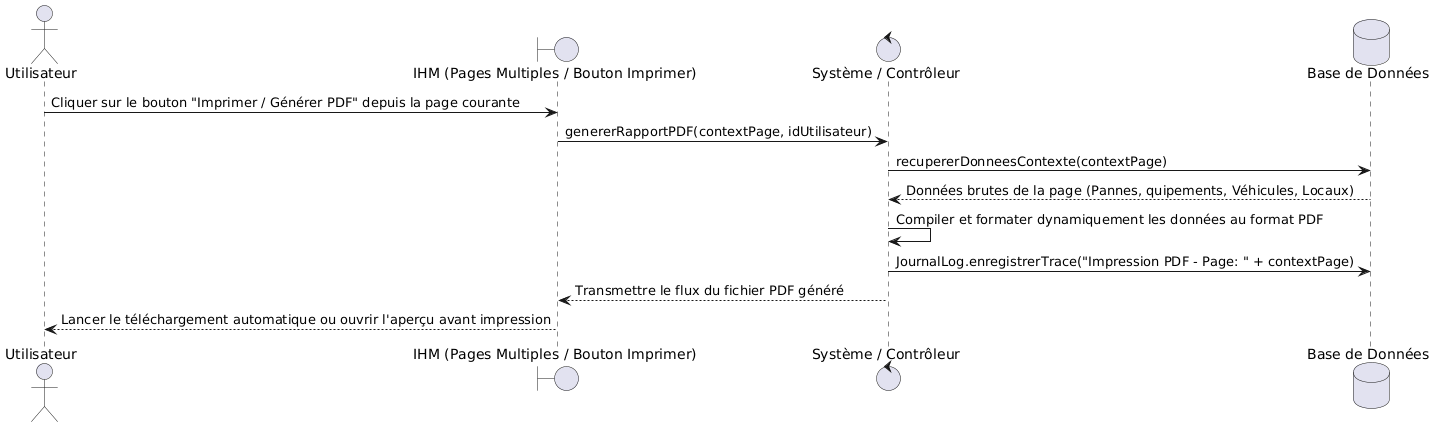
Above: assets/seq_pdf.png in HamdiMohamedAli/STEG-Immobilisation-Project (PlantUML), before the change. Source of this version:
```plantuml
@startuml
actor Utilisateur
boundary "IHM (Pages Multiples / Bouton Imprimer)" as IHM
control "Système / Contrôleur" as Sys
database "Base de Données" as BDD

Utilisateur -> IHM: Cliquer sur le bouton "Imprimer / Générer PDF" depuis la page courante
IHM -> Sys: genererRapportPDF(contextPage, idUtilisateur)

Sys -> BDD: recupererDonneesContexte(contextPage)
BDD --> Sys: Données brutes de la page (Pannes, Équipements, Véhicules, Locaux)

Sys -> Sys: Compiler et formater dynamiquement les données au format PDF
Sys -> BDD: JournalLog.enregistrerTrace("Impression PDF - Page: " + contextPage)

Sys --> IHM: Transmettre le flux du fichier PDF généré
IHM --> Utilisateur: Lancer le téléchargement automatique ou ouvrir l'aperçu avant impression
@enduml
```
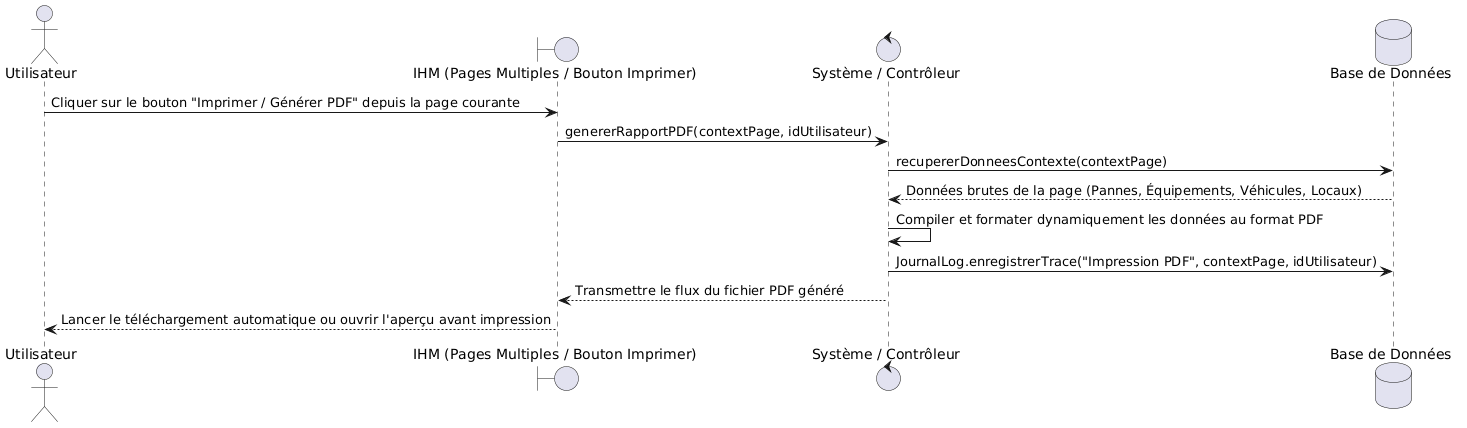
The same diagram one commit later.

What changed in the source:
```diff
@@ -11,7 +11,8 @@
 BDD --> Sys: Données brutes de la page (Pannes, Équipements, Véhicules, Locaux)
 
 Sys -> Sys: Compiler et formater dynamiquement les données au format PDF
-Sys -> BDD: JournalLog.enregistrerTrace("Impression PDF - Page: " + contextPage)
+
+Sys -> BDD: JournalLog.enregistrerTrace("Impression PDF", contextPage, idUtilisateur)
 
 Sys --> IHM: Transmettre le flux du fichier PDF généré
 IHM --> Utilisateur: Lancer le téléchargement automatique ou ouvrir l'aperçu avant impression
```
